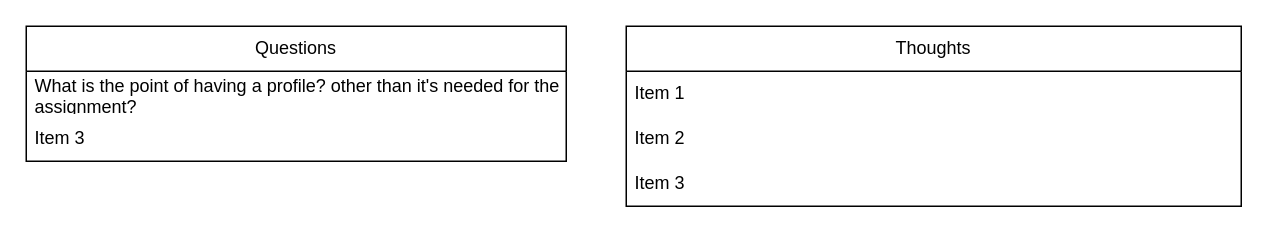
Above: page "BrainBox" (9 of 11) of Untitled Diagram.drawio in mfmarson/AidMate (draw.io), before the change. Source tidied: cells renumbered, new cells numbered last; positions are measured from the earlier drawing's top-left corner, leaving out a move shared by most shapes. Both pictures are drawn from the tidied source at 150%, with x=0, y=0 at pixel (26, 26).
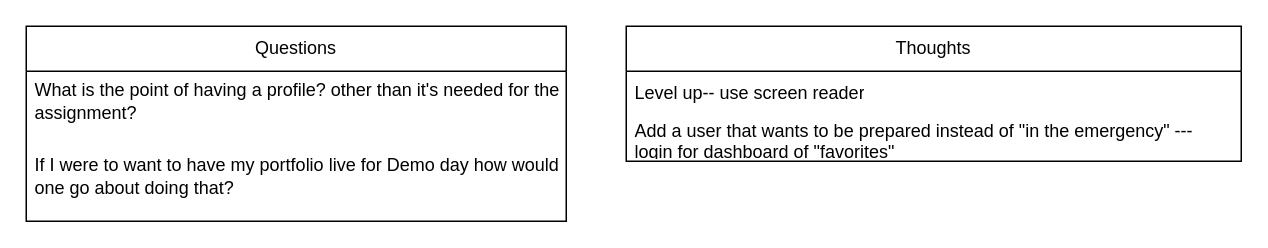
After the change.

Commit message:
updates post Sean convo.

The edit, as a diff of the source:
```diff
@@
 <mxGraphModel>
   <root>
     <mxCell id="0" />
     <mxCell id="1" parent="0" />
     <mxCell id="2" value="Questions" style="swimlane;fontStyle=0;horizontal=1;startSize=30;whiteSpace=wrap;html=1;" parent="1" vertex="1">
-      <mxGeometry width="360" height="90" as="geometry" />
+      <mxGeometry width="360" height="130" as="geometry" />
     </mxCell>
     <mxCell id="3" value="What is the point of having a profile? other than it's needed for the assignment?&amp;nbsp;" style="text;strokeColor=none;fillColor=none;align=left;verticalAlign=middle;spacingLeft=4;spacingRight=4;overflow=hidden;whiteSpace=wrap;html=1;" parent="2" vertex="1">
-      <mxGeometry y="30" width="360" height="30" as="geometry" />
+      <mxGeometry y="30" width="360" height="40" as="geometry" />
     </mxCell>
-    <mxCell id="4" value="Item 3" style="text;strokeColor=none;fillColor=none;align=left;verticalAlign=middle;spacingLeft=4;spacingRight=4;overflow=hidden;whiteSpace=wrap;html=1;" parent="2" vertex="1">
-      <mxGeometry y="60" width="360" height="30" as="geometry" />
+    <mxCell id="4" value="If I were to want to have my portfolio live for Demo day how would one go about doing that?&amp;nbsp;" style="text;strokeColor=none;fillColor=none;align=left;verticalAlign=middle;spacingLeft=4;spacingRight=4;overflow=hidden;whiteSpace=wrap;html=1;" parent="2" vertex="1">
+      <mxGeometry y="70" width="360" height="60" as="geometry" />
     </mxCell>
     <mxCell id="5" value="Thoughts" style="swimlane;fontStyle=0;horizontal=1;startSize=30;whiteSpace=wrap;html=1;" parent="1" vertex="1">
-      <mxGeometry x="400" width="410" height="120" as="geometry" />
+      <mxGeometry x="400" width="410" height="90" as="geometry" />
     </mxCell>
-    <mxCell id="6" value="Item 1" style="text;strokeColor=none;fillColor=none;align=left;verticalAlign=middle;spacingLeft=4;spacingRight=4;overflow=hidden;whiteSpace=wrap;html=1;" parent="5" vertex="1">
+    <mxCell id="6" value="Level up-- use screen reader" style="text;strokeColor=none;fillColor=none;align=left;verticalAlign=middle;spacingLeft=4;spacingRight=4;overflow=hidden;whiteSpace=wrap;html=1;" parent="5" vertex="1">
       <mxGeometry y="30" width="410" height="30" as="geometry" />
     </mxCell>
-    <mxCell id="7" value="Item 2" style="text;strokeColor=none;fillColor=none;align=left;verticalAlign=middle;spacingLeft=4;spacingRight=4;overflow=hidden;whiteSpace=wrap;html=1;" parent="5" vertex="1">
+    <mxCell id="7" value="Add a user that wants to be prepared instead of &quot;in the emergency&quot; --- login for dashboard of &quot;favorites&quot;&amp;nbsp;" style="text;strokeColor=none;fillColor=none;align=left;verticalAlign=middle;spacingLeft=4;spacingRight=4;overflow=hidden;whiteSpace=wrap;html=1;" parent="5" vertex="1">
       <mxGeometry y="60" width="410" height="30" as="geometry" />
     </mxCell>
-    <mxCell id="8" value="Item 3" style="text;strokeColor=none;fillColor=none;align=left;verticalAlign=middle;spacingLeft=4;spacingRight=4;overflow=hidden;whiteSpace=wrap;html=1;" parent="5" vertex="1">
-      <mxGeometry y="90" width="410" height="30" as="geometry" />
-    </mxCell>
   </root>
 </mxGraphModel>
```
